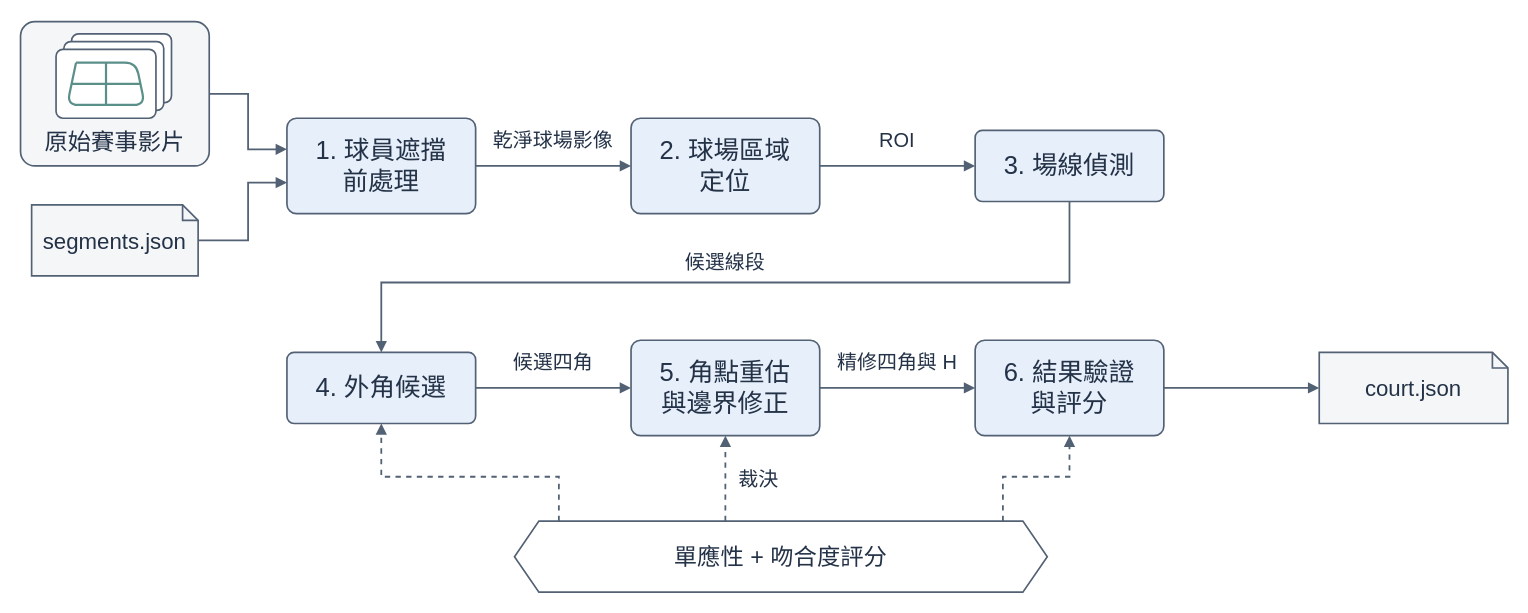
2026bmtproject/badminton-analysis-system keeps this draw.io diagram as docs/figures/report/court-detection.drawio. Above is the earlier version. Source tidied: cells renumbered, new cells numbered last; positions are measured from the earlier drawing's top-left corner, leaving out a move shared by most shapes. Both pictures are drawn from the tidied source at 111%, with x=0, y=0 at pixel (20, 21).
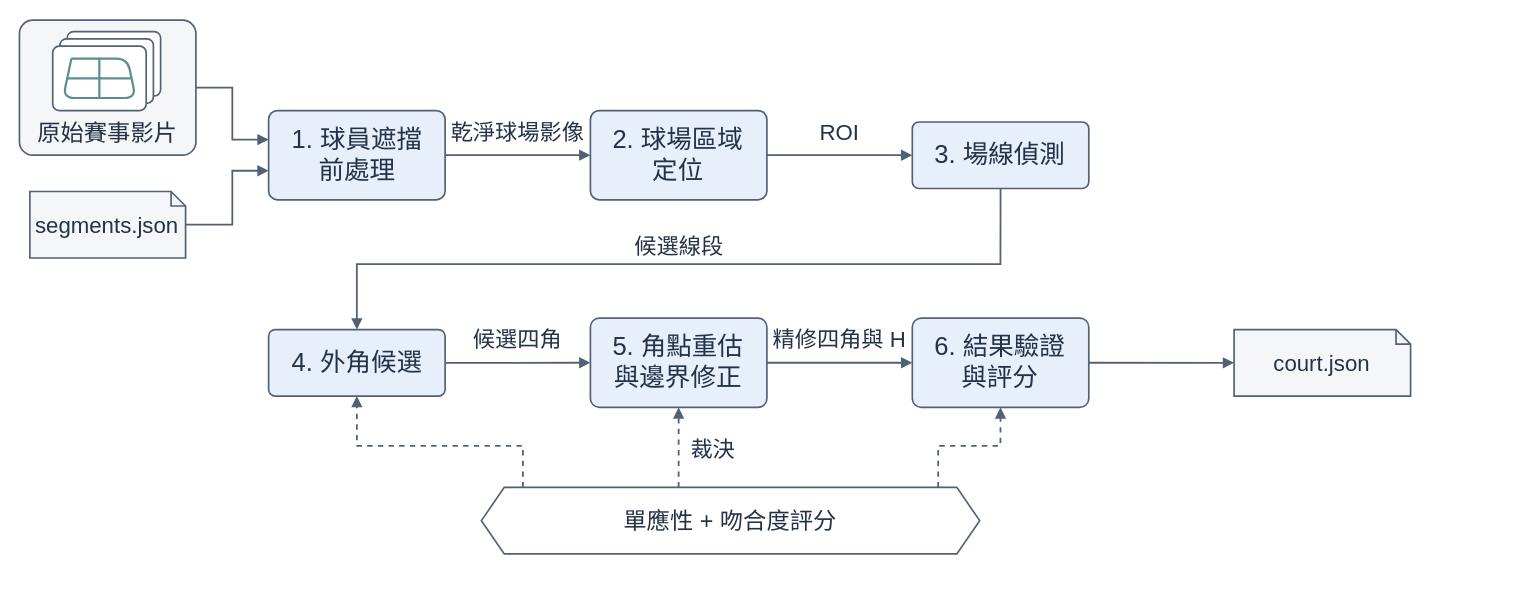
The same page after the edit.

What changed in the source:
```diff
@@
     <mxCell id="2" style="rounded=1;arcSize=10;fillColor=#F4F6F8;strokeColor=#526174;strokeWidth=1.5;dashed=0;html=0;whiteSpace=wrap;align=center;verticalAlign=middle;fontFamily=Arial Unicode MS;fontSize=23;fontColor=#243247;" parent="1" vertex="1">
-      <mxGeometry width="170" height="130" as="geometry" />
+      <mxGeometry x="-1" y="-1.3" width="159" height="121.6" as="geometry" />
     </mxCell>
     <mxCell id="3" value="原始賽事影片" style="text;html=0;whiteSpace=wrap;align=center;verticalAlign=middle;fontFamily=Arial Unicode MS;fontSize=21;fontColor=#243247;align=center;" parent="1" vertex="1">
-      <mxGeometry y="90" width="170" height="36" as="geometry" />
+      <mxGeometry x="-1" y="82.9" width="159" height="33.7" as="geometry" />
     </mxCell>
     <mxCell id="4" style="rounded=1;arcSize=10;fillColor=#FFFFFF;strokeColor=#526174;strokeWidth=1.5;dashed=0;html=0;whiteSpace=wrap;align=center;verticalAlign=middle;fontFamily=Arial Unicode MS;fontSize=23;fontColor=#243247;" parent="1" vertex="1">
-      <mxGeometry x="46" y="11" width="90" height="62" as="geometry" />
+      <mxGeometry x="42" y="9" width="84.2" height="58" as="geometry" />
     </mxCell>
     <mxCell id="5" style="rounded=1;arcSize=10;fillColor=#FFFFFF;strokeColor=#526174;strokeWidth=1.5;dashed=0;html=0;whiteSpace=wrap;align=center;verticalAlign=middle;fontFamily=Arial Unicode MS;fontSize=23;fontColor=#243247;" parent="1" vertex="1">
-      <mxGeometry x="39" y="18" width="90" height="62" as="geometry" />
+      <mxGeometry x="35.5" y="15.5" width="84.2" height="58" as="geometry" />
     </mxCell>
     <mxCell id="6" style="rounded=1;arcSize=10;fillColor=#FFFFFF;strokeColor=#526174;strokeWidth=1.5;dashed=0;html=0;whiteSpace=wrap;align=center;verticalAlign=middle;fontFamily=Arial Unicode MS;fontSize=23;fontColor=#243247;" parent="1" vertex="1">
-      <mxGeometry x="32" y="25" width="90" height="62" as="geometry" />
+      <mxGeometry x="29" y="22.1" width="84.2" height="58" as="geometry" />
     </mxCell>
     <mxCell id="7" style="endArrow=none;strokeColor=#5B8F8A;strokeWidth=2;" parent="1" edge="1">
       <mxGeometry relative="1" as="geometry">
-        <mxPoint x="50" y="37" as="sourcePoint" />
-        <mxPoint x="50" y="37" as="targetPoint" />
+        <mxPoint x="45.8" y="33.3" as="sourcePoint" />
+        <mxPoint x="45.8" y="33.3" as="targetPoint" />
         <Array as="points">
-          <mxPoint x="104" y="37" />
-          <mxPoint x="112" y="75" />
-          <mxPoint x="42" y="75" />
+          <mxPoint x="96.3" y="33.3" />
+          <mxPoint x="103.8" y="68.8" />
+          <mxPoint x="38.3" y="68.8" />
         </Array>
       </mxGeometry>
     </mxCell>
     <mxCell id="8" style="endArrow=none;strokeColor=#5B8F8A;strokeWidth=2;" parent="1" edge="1">
       <mxGeometry relative="1" as="geometry">
-        <mxPoint x="46" y="56" as="sourcePoint" />
-        <mxPoint x="108" y="56" as="targetPoint" />
+        <mxPoint x="42" y="51.1" as="sourcePoint" />
+        <mxPoint x="100" y="51.1" as="targetPoint" />
       </mxGeometry>
     </mxCell>
     <mxCell id="9" style="endArrow=none;strokeColor=#5B8F8A;strokeWidth=2;" parent="1" edge="1">
       <mxGeometry relative="1" as="geometry">
-        <mxPoint x="77" y="37" as="sourcePoint" />
-        <mxPoint x="77" y="75" as="targetPoint" />
+        <mxPoint x="71" y="33.3" as="sourcePoint" />
+        <mxPoint x="71" y="68.8" as="targetPoint" />
       </mxGeometry>
     </mxCell>
-    <mxCell id="10" value="segments.json" style="shape=note;size=14;fillColor=#F4F6F8;strokeColor=#526174;strokeWidth=1.5;dashed=0;html=0;whiteSpace=wrap;align=center;verticalAlign=middle;fontFamily=Arial Unicode MS;fontSize=20;fontColor=#243247;" parent="1" vertex="1">
-      <mxGeometry x="10" y="165" width="150" height="64" as="geometry" />
+    <mxCell id="10" value="segments.json" style="shape=note;size=13.09;fillColor=#F4F6F8;strokeColor=#526174;strokeWidth=1.5;dashed=0;html=0;whiteSpace=wrap;align=center;verticalAlign=middle;fontFamily=Arial Unicode MS;fontSize=20;fontColor=#243247;" parent="1" vertex="1">
+      <mxGeometry x="8.4" y="153" width="140.3" height="59.9" as="geometry" />
     </mxCell>
     <mxCell id="11" value="1. 球員遮擋&#10;前處理" style="rounded=1;arcSize=10;fillColor=#E6EFFA;strokeColor=#526174;strokeWidth=1.5;dashed=0;html=0;whiteSpace=wrap;align=center;verticalAlign=middle;fontFamily=Arial Unicode MS;fontSize=23;fontColor=#243247;" parent="1" vertex="1">
-      <mxGeometry x="240" y="87" width="170" height="86" as="geometry" />
+      <mxGeometry x="223.5" y="80.1" width="159" height="80.4" as="geometry" />
     </mxCell>
     <mxCell id="12" value="2. 球場區域&#10;定位" style="rounded=1;arcSize=10;fillColor=#E6EFFA;strokeColor=#526174;strokeWidth=1.5;dashed=0;html=0;whiteSpace=wrap;align=center;verticalAlign=middle;fontFamily=Arial Unicode MS;fontSize=23;fontColor=#243247;" parent="1" vertex="1">
-      <mxGeometry x="550" y="87" width="170" height="86" as="geometry" />
+      <mxGeometry x="513.4" y="80.1" width="159" height="80.4" as="geometry" />
     </mxCell>
     <mxCell id="13" value="3. 場線偵測" style="rounded=1;arcSize=10;fillColor=#E6EFFA;strokeColor=#526174;strokeWidth=1.5;dashed=0;html=0;whiteSpace=wrap;align=center;verticalAlign=middle;fontFamily=Arial Unicode MS;fontSize=23;fontColor=#243247;" parent="1" vertex="1">
-      <mxGeometry x="860" y="98" width="170" height="64" as="geometry" />
+      <mxGeometry x="803.4" y="90.4" width="159" height="59.9" as="geometry" />
     </mxCell>
     <mxCell id="14" value="4. 外角候選" style="rounded=1;arcSize=10;fillColor=#E6EFFA;strokeColor=#526174;strokeWidth=1.5;dashed=0;html=0;whiteSpace=wrap;align=center;verticalAlign=middle;fontFamily=Arial Unicode MS;fontSize=23;fontColor=#243247;" parent="1" vertex="1">
-      <mxGeometry x="240" y="298" width="170" height="64" as="geometry" />
+      <mxGeometry x="223.5" y="277.4" width="159" height="59.9" as="geometry" />
     </mxCell>
     <mxCell id="15" value="5. 角點重估&#10;與邊界修正" style="rounded=1;arcSize=10;fillColor=#E6EFFA;strokeColor=#526174;strokeWidth=1.5;dashed=0;html=0;whiteSpace=wrap;align=center;verticalAlign=middle;fontFamily=Arial Unicode MS;fontSize=23;fontColor=#243247;" parent="1" vertex="1">
-      <mxGeometry x="550" y="287" width="170" height="86" as="geometry" />
+      <mxGeometry x="513.4" y="267.1" width="159" height="80.4" as="geometry" />
     </mxCell>
     <mxCell id="16" value="6. 結果驗證&#10;與評分" style="rounded=1;arcSize=10;fillColor=#E6EFFA;strokeColor=#526174;strokeWidth=1.5;dashed=0;html=0;whiteSpace=wrap;align=center;verticalAlign=middle;fontFamily=Arial Unicode MS;fontSize=23;fontColor=#243247;" parent="1" vertex="1">
-      <mxGeometry x="860" y="287" width="170" height="86" as="geometry" />
+      <mxGeometry x="803.4" y="267.1" width="159" height="80.4" as="geometry" />
     </mxCell>
-    <mxCell id="17" value="court.json" style="shape=note;size=14;fillColor=#F4F6F8;strokeColor=#526174;strokeWidth=1.5;dashed=0;html=0;whiteSpace=wrap;align=center;verticalAlign=middle;fontFamily=Arial Unicode MS;fontSize=20;fontColor=#243247;" parent="1" vertex="1">
-      <mxGeometry x="1170" y="298" width="170" height="64" as="geometry" />
+    <mxCell id="17" value="court.json" style="shape=note;size=13.09;fillColor=#F4F6F8;strokeColor=#526174;strokeWidth=1.5;dashed=0;html=0;whiteSpace=wrap;align=center;verticalAlign=middle;fontFamily=Arial Unicode MS;fontSize=20;fontColor=#243247;" parent="1" vertex="1">
+      <mxGeometry x="1093.3" y="277.4" width="159" height="59.9" as="geometry" />
     </mxCell>
-    <mxCell id="18" value="單應性 + 吻合度評分" style="shape=hexagon;perimeter=hexagonPerimeter2;fixedSize=1;size=22;fillColor=#FFFFFF;strokeColor=#526174;strokeWidth=1.5;html=0;whiteSpace=wrap;align=center;verticalAlign=middle;fontFamily=Arial Unicode MS;fontSize=21;fontColor=#243247;" parent="1" vertex="1">
-      <mxGeometry x="445" y="450" width="480" height="64" as="geometry" />
+    <mxCell id="18" value="單應性 + 吻合度評分" style="shape=hexagon;perimeter=hexagonPerimeter2;fixedSize=1;size=20.58;fillColor=#FFFFFF;strokeColor=#526174;strokeWidth=1.5;html=0;whiteSpace=wrap;align=center;verticalAlign=middle;fontFamily=Arial Unicode MS;fontSize=21;fontColor=#243247;" parent="1" vertex="1">
+      <mxGeometry x="415.2" y="419.6" width="448.9" height="59.9" as="geometry" />
     </mxCell>
     <mxCell id="19" style="edgeStyle=none;rounded=0;html=0;endArrow=block;endFill=1;strokeColor=#526174;strokeWidth=1.6;dashed=0;exitX=1.0000;exitY=0.5000;exitPerimeter=0;entryX=0.0000;entryY=0.3256;entryPerimeter=0;" parent="1" edge="1" source="2" target="11">
       <mxGeometry relative="1" as="geometry">
         <Array as="points">
-          <mxPoint x="205" y="65" />
-          <mxPoint x="205" y="115" />
+          <mxPoint x="190.8" y="59.5" />
+          <mxPoint x="190.8" y="106.3" />
         </Array>
       </mxGeometry>
     </mxCell>
     <mxCell id="20" style="edgeStyle=none;rounded=0;html=0;endArrow=block;endFill=1;strokeColor=#526174;strokeWidth=1.6;dashed=0;exitX=1.0000;exitY=0.5000;exitPerimeter=0;entryX=0.0000;entryY=0.6744;entryPerimeter=0;" parent="1" edge="1" source="10" target="11">
       <mxGeometry relative="1" as="geometry">
         <Array as="points">
-          <mxPoint x="205" y="197" />
-          <mxPoint x="205" y="145" />
+          <mxPoint x="190.8" y="182.9" />
+          <mxPoint x="190.8" y="134.3" />
         </Array>
       </mxGeometry>
     </mxCell>
@@
-    <mxCell id="22" value="乾淨球場影像" style="text;html=0;whiteSpace=wrap;align=center;verticalAlign=middle;fontFamily=Arial Unicode MS;fontSize=18;fontColor=#243247;align=center;" parent="1" vertex="1">
-      <mxGeometry x="415" y="92" width="130" height="30" as="geometry" />
+    <mxCell id="22" value="乾淨球場影像" style="text;html=0;whiteSpace=wrap;align=center;verticalAlign=middle;fontFamily=Arial Unicode MS;fontSize=20;fontColor=#243247;align=center;" parent="1" vertex="1">
+      <mxGeometry x="387.2" y="84.8" width="121.6" height="28.1" as="geometry" />
     </mxCell>
@@
-    <mxCell id="24" value="ROI" style="text;html=0;whiteSpace=wrap;align=center;verticalAlign=middle;fontFamily=Arial Unicode MS;fontSize=18;fontColor=#243247;align=center;" parent="1" vertex="1">
-      <mxGeometry x="725" y="92" width="130" height="30" as="geometry" />
+    <mxCell id="24" value="ROI" style="text;html=0;whiteSpace=wrap;align=center;verticalAlign=middle;fontFamily=Arial Unicode MS;fontSize=20;fontColor=#243247;align=center;" parent="1" vertex="1">
+      <mxGeometry x="677.1" y="84.8" width="121.6" height="28.1" as="geometry" />
     </mxCell>
     <mxCell id="25" style="edgeStyle=none;rounded=0;html=0;endArrow=block;endFill=1;strokeColor=#526174;strokeWidth=1.6;dashed=0;exitX=0.5000;exitY=1.0000;exitPerimeter=0;entryX=0.5000;entryY=0.0000;entryPerimeter=0;" parent="1" edge="1" source="13" target="14">
       <mxGeometry relative="1" as="geometry">
         <Array as="points">
-          <mxPoint x="945" y="235" />
-          <mxPoint x="325" y="235" />
+          <mxPoint x="882.8" y="218.5" />
+          <mxPoint x="303" y="218.5" />
         </Array>
       </mxGeometry>
     </mxCell>
-    <mxCell id="26" value="候選線段" style="text;html=0;whiteSpace=wrap;align=center;verticalAlign=middle;fontFamily=Arial Unicode MS;fontSize=18;fontColor=#243247;align=center;" parent="1" vertex="1">
-      <mxGeometry x="565" y="202" width="140" height="30" as="geometry" />
+    <mxCell id="26" value="候選線段" style="text;html=0;whiteSpace=wrap;align=center;verticalAlign=middle;fontFamily=Arial Unicode MS;fontSize=20;fontColor=#243247;align=center;" parent="1" vertex="1">
+      <mxGeometry x="527.5" y="187.6" width="130.9" height="28.1" as="geometry" />
     </mxCell>
@@
-    <mxCell id="28" value="候選四角" style="text;html=0;whiteSpace=wrap;align=center;verticalAlign=middle;fontFamily=Arial Unicode MS;fontSize=18;fontColor=#243247;align=center;" parent="1" vertex="1">
-      <mxGeometry x="415" y="292" width="130" height="30" as="geometry" />
+    <mxCell id="28" value="候選四角" style="text;html=0;whiteSpace=wrap;align=center;verticalAlign=middle;fontFamily=Arial Unicode MS;fontSize=20;fontColor=#243247;align=center;" parent="1" vertex="1">
+      <mxGeometry x="387.2" y="271.8" width="121.6" height="28.1" as="geometry" />
     </mxCell>
@@
-    <mxCell id="30" value="精修四角與 H" style="text;html=0;whiteSpace=wrap;align=center;verticalAlign=middle;fontFamily=Arial Unicode MS;fontSize=18;fontColor=#243247;align=center;" parent="1" vertex="1">
-      <mxGeometry x="725" y="292" width="130" height="30" as="geometry" />
+    <mxCell id="30" value="精修四角與 H" style="text;html=0;whiteSpace=wrap;align=center;verticalAlign=middle;fontFamily=Arial Unicode MS;fontSize=20;fontColor=#243247;align=center;" parent="1" vertex="1">
+      <mxGeometry x="677.1" y="271.8" width="121.6" height="28.1" as="geometry" />
     </mxCell>
@@
     <mxCell id="32" style="edgeStyle=none;rounded=0;html=0;endArrow=block;endFill=1;strokeColor=#526174;strokeWidth=1.6;dashed=1;exitX=0.0833;exitY=0.0000;exitPerimeter=0;entryX=0.5000;entryY=1.0000;entryPerimeter=0;" parent="1" edge="1" source="18" target="14">
       <mxGeometry relative="1" as="geometry">
         <Array as="points">
-          <mxPoint x="485" y="410" />
-          <mxPoint x="325" y="410" />
+          <mxPoint x="452.6" y="382.2" />
+          <mxPoint x="303" y="382.2" />
         </Array>
       </mxGeometry>
     </mxCell>
@@
     <mxCell id="34" style="edgeStyle=none;rounded=0;html=0;endArrow=block;endFill=1;strokeColor=#526174;strokeWidth=1.6;dashed=1;exitX=0.9167;exitY=0.0000;exitPerimeter=0;entryX=0.5000;entryY=1.0000;entryPerimeter=0;" parent="1" edge="1" source="18" target="16">
       <mxGeometry relative="1" as="geometry">
         <Array as="points">
-          <mxPoint x="885" y="410" />
-          <mxPoint x="945" y="410" />
+          <mxPoint x="826.7" y="382.2" />
+          <mxPoint x="882.8" y="382.2" />
         </Array>
       </mxGeometry>
     </mxCell>
-    <mxCell id="35" value="裁決" style="text;html=0;whiteSpace=wrap;align=center;verticalAlign=middle;fontFamily=Arial Unicode MS;fontSize=18;fontColor=#243247;align=left;" parent="1" vertex="1">
-      <mxGeometry x="645" y="398" width="80" height="30" as="geometry" />
+    <mxCell id="35" value="裁決" style="text;html=0;whiteSpace=wrap;align=center;verticalAlign=middle;fontFamily=Arial Unicode MS;fontSize=20;fontColor=#243247;align=left;" parent="1" vertex="1">
+      <mxGeometry x="602.3" y="370.9" width="74.8" height="28.1" as="geometry" />
     </mxCell>
```
